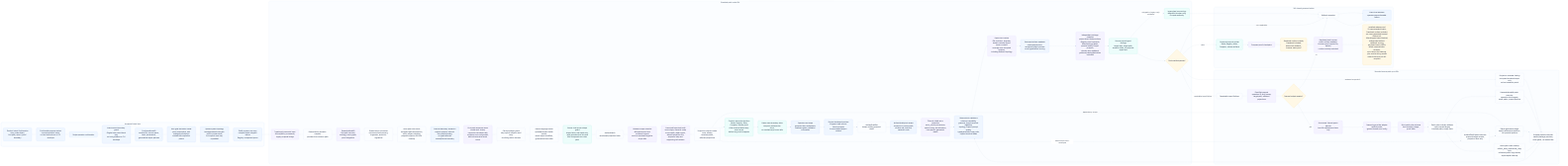
This is odylith/atlas/source/domain-intelligence-greenfield-governance.png from odylith/odylith, a Mermaid export, as it was before one commit. Its source is kept beside it as odylith/atlas/source/domain-intelligence-greenfield-governance.mmd.
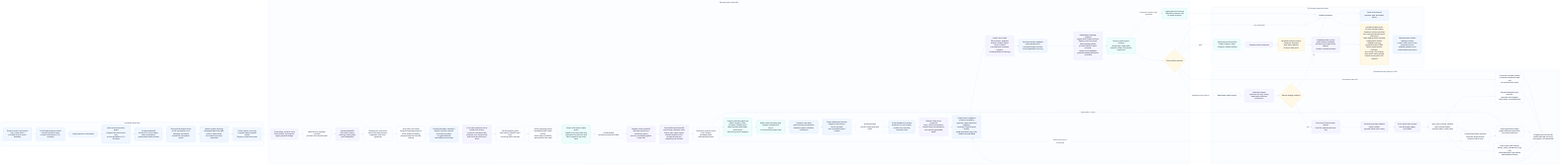
Above is the later version.

The edit, as a diff of the source:
```diff
@@ -69,13 +69,14 @@
       surface_custody["Rendered surface custody<br/>Casebook included,<br/>Atlas static fallback,<br/>browser state proof"]
       matrix_scorer["Hardened matrix scorer<br/>public artifact readback,<br/>browser proof required by default,<br/>runtime custody excluded"]
       release_matrix["Installed release proof<br/>13-case standard matrix,<br/>Casebook surface included,<br/>per-case generated browser state proof,<br/>Atlas diagram state checked,<br/>independent artifact readback scoring,<br/>persisted matrix JSON,<br/>failed-create blocker excerpts,<br/>strict temp-root cleanup,<br/>plus rescue wiring smoke<br/>natural rescue proof still required"]
+      selected_case_leakage["Selected-case domain leakage custody<br/>custom matrix terms scan protected source,<br/>shipped guidance, and wheel before temp repos"]
     end
 
     visible_intent --> confirmable_stdout --> confirm --> source_guard --> confirmed_ir --> non_goal_owner --> sparse_systems --> public_system_copy
     public_system_copy --> apply_input --> compiler --> semantic_ir --> actor_role_owner --> actor_path_role --> external_boundary --> sequence_owner --> subject_carry_guard --> result_language --> prose_shape_guard --> artifact_plan --> release_scope --> canonical_facts --> projection_contract --> projections --> state_boundary_titles --> next_steps --> project_dashboard --> draft_set
     draft_set --> artifact_units --> visible_actor_projection --> validators --> expert_lenses --> persisted_readback --> evidence_readback --> typed_findings --> final_manifest
     typed_findings -- "untyped or legacy-only evidence" --> legacy_blockers --> rollback
-    final_manifest -- "pass" --> writes --> proof_log --> surface_custody --> matrix_scorer --> release_matrix
+    final_manifest -- "pass" --> writes --> proof_log --> surface_custody --> matrix_scorer --> release_matrix --> selected_case_leakage
     final_manifest -- "rendered scope drift" --> projection_rerender --> rerender
     final_manifest -- "repairable typed failure" --> repairable --> patchset --> rescue_budget
     rescue_budget -- "yes" --> tribunal_planner --> provider_adapter --> strict_schema --> custody_check
@@ -99,7 +100,7 @@
     class visible_intent,confirmable_stdout,confirm,source_guard,confirmed_ir,non_goal_owner,sparse_systems,public_system_copy intent;
     class apply_input,compiler,semantic_ir,actor_role_owner,actor_path_role,external_boundary,sequence_owner,subject_carry_guard,result_language,prose_shape_guard,artifact_plan,release_scope,canonical_facts,projection_contract,projections,state_boundary_titles,next_steps,project_dashboard,draft_set,artifact_units,visible_actor_projection,validators,expert_lenses,persisted_readback,evidence_readback,typed_findings,legacy_blockers,final_manifest standard;
     class repairable,patchset,rescue_budget,tribunal_planner,provider_adapter,strict_schema,custody_check,semantic_apply,plan_apply,scope_ledger,projection_rerender,copy_repair,rerender rescue;
-    class writes,rollback,blockers,proof_log,surface_custody,matrix_scorer,release_matrix write;
+    class writes,rollback,blockers,proof_log,surface_custody,matrix_scorer,release_matrix,selected_case_leakage write;
 
     style accepted_lane fill:#FBFDFF,stroke:#BFD7FE,stroke-width:1px,color:#334155
     style standard_lane fill:#FBFDFF,stroke:#CBD5E1,stroke-width:1px,color:#334155
```
